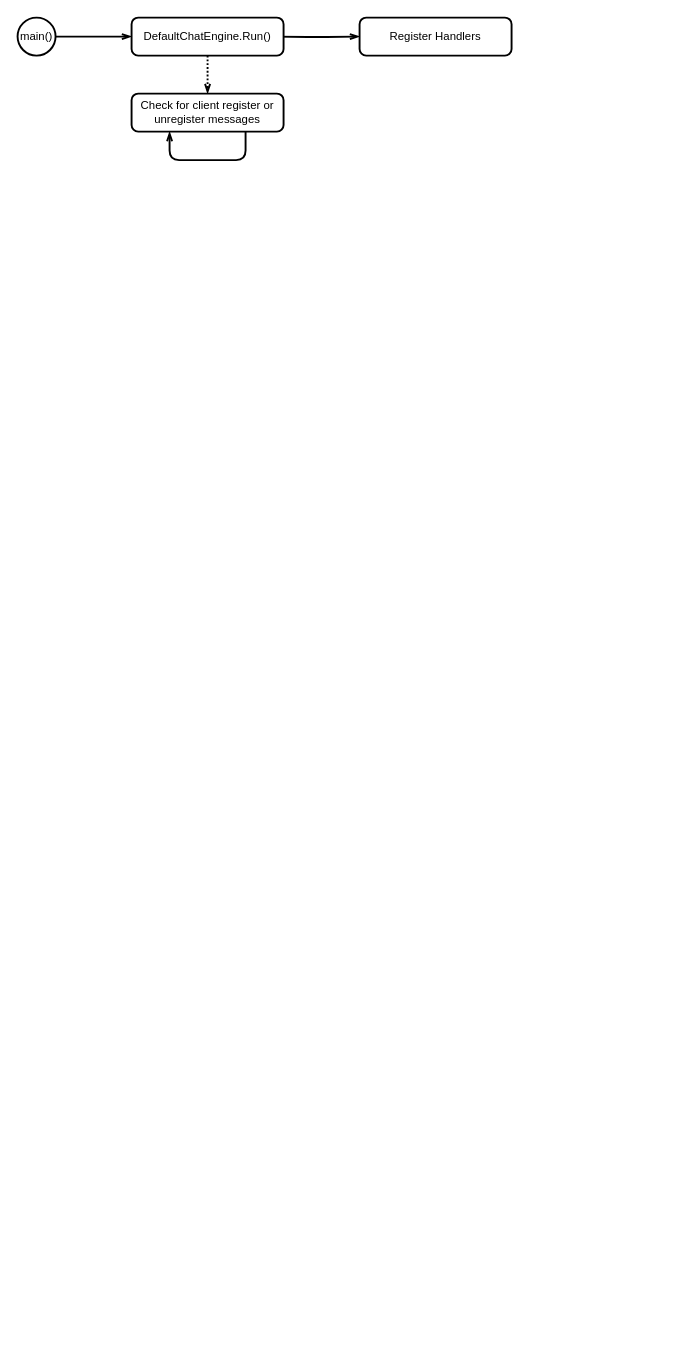
The draw.io diagram architecture.drawio in pes2324q2-gei-upc/ppf-chat-engine, before the edit. Source tidied: cells renumbered, new cells numbered last; positions are measured from the earlier drawing's top-left corner, leaving out a move shared by most shapes. Both pictures are drawn from the tidied source at 95%, with x=0, y=0 at pixel (17, 17).
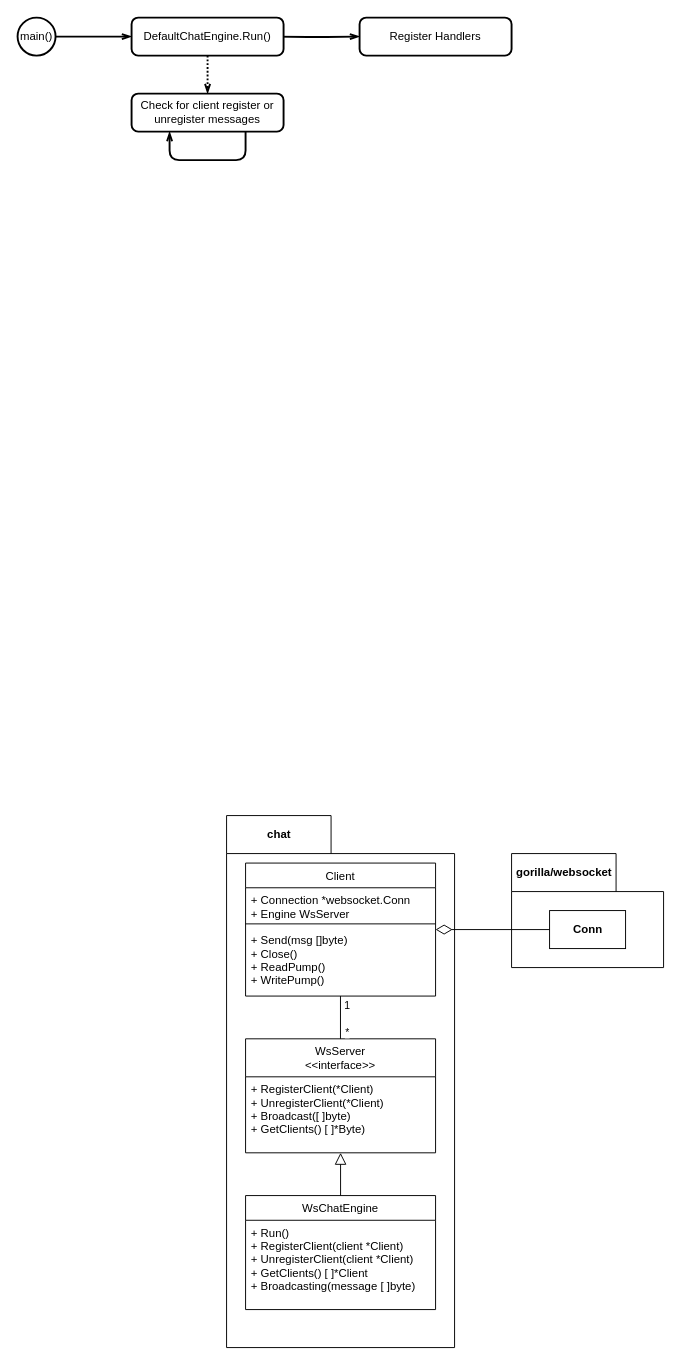
After the change.

Commit message (it also covers changes not shown here):
Added gorilla dependencies

The edit, as a diff of the source:
```diff
@@
+    <mxCell id="10" value="chat" style="shape=folder;fontStyle=1;tabWidth=110;tabHeight=40;tabPosition=left;html=1;boundedLbl=1;labelInHeader=1;" parent="1" vertex="1">
+      <mxGeometry x="220" y="840" width="240" height="560" as="geometry" />
+    </mxCell>
+    <mxCell id="11" value="Client" style="swimlane;fontStyle=0;horizontal=1;startSize=26;fillColor=none;" parent="10" vertex="1">
+      <mxGeometry x="20" y="50" width="200" height="140" as="geometry" />
+    </mxCell>
+    <mxCell id="12" value="+ Connection *websocket.Conn&#10;+ Engine WsServer" style="text;strokeColor=none;fillColor=none;align=left;verticalAlign=top;spacingLeft=4;spacingRight=4;overflow=hidden;" parent="11" vertex="1">
+      <mxGeometry y="26" width="200" height="34" as="geometry" />
+    </mxCell>
+    <mxCell id="13" style="line;strokeWidth=1;fillColor=none;align=left;verticalAlign=middle;spacingTop=-1;spacingLeft=3;spacingRight=3;labelPosition=right;strokeColor=inherit;" parent="11" vertex="1">
+      <mxGeometry y="60" width="200" height="8" as="geometry" />
+    </mxCell>
+    <mxCell id="14" value="+ Send(msg []byte)&#10;+ Close()&#10;+ ReadPump()&#10;+ WritePump()" style="text;strokeColor=none;fillColor=none;align=left;verticalAlign=top;spacingLeft=4;spacingRight=4;overflow=hidden;" parent="11" vertex="1">
+      <mxGeometry y="68" width="200" height="72" as="geometry" />
+    </mxCell>
+    <mxCell id="15" value="WsServer&#10;&lt;&lt;interface&gt;&gt;" style="swimlane;fontStyle=0;horizontal=1;startSize=40;fillColor=none;" parent="10" vertex="1">
+      <mxGeometry x="20" y="235" width="200" height="120" as="geometry" />
+    </mxCell>
+    <mxCell id="16" value="+ RegisterClient(*Client)&#10;+ UnregisterClient(*Client)&#10;+ Broadcast([ ]byte)&#10;+ GetClients() [ ]*Byte)" style="text;strokeColor=none;fillColor=none;align=left;verticalAlign=top;spacingLeft=4;spacingRight=4;overflow=hidden;" parent="15" vertex="1">
+      <mxGeometry y="40" width="200" height="80" as="geometry" />
+    </mxCell>
+    <mxCell id="17" style="edgeStyle=none;html=1;endArrow=block;endFill=0;startSize=6;endSize=10;" parent="10" edge="1" source="18" target="15">
+      <mxGeometry relative="1" as="geometry" />
+    </mxCell>
+    <mxCell id="18" value="WsChatEngine" style="swimlane;fontStyle=0;horizontal=1;startSize=26;fillColor=none;" parent="10" vertex="1">
+      <mxGeometry x="20" y="400" width="200" height="120" as="geometry" />
+    </mxCell>
+    <mxCell id="19" value="+ Run()&#10;+ RegisterClient(client *Client)&#10;+ UnregisterClient(client *Client)&#10;+ GetClients() [ ]*Client&#10;+ Broadcasting(message [ ]byte)" style="text;strokeColor=none;fillColor=none;align=left;verticalAlign=top;spacingLeft=4;spacingRight=4;overflow=hidden;" parent="18" vertex="1">
+      <mxGeometry y="26" width="200" height="94" as="geometry" />
+    </mxCell>
+    <mxCell id="20" style="edgeStyle=none;html=1;endArrow=none;endFill=0;" parent="10" edge="1">
+      <mxGeometry relative="1" as="geometry">
+        <mxPoint x="119.9" y="235" as="sourcePoint" />
+        <mxPoint x="119.9" y="190" as="targetPoint" />
+      </mxGeometry>
+    </mxCell>
+    <mxCell id="21" value="1" style="edgeLabel;html=1;align=center;verticalAlign=middle;" parent="20" vertex="1">
+      <mxGeometry x="0.75" y="1" relative="1" as="geometry">
+        <mxPoint x="8" y="3" as="offset" />
+      </mxGeometry>
+    </mxCell>
+    <mxCell id="22" value="*" style="edgeLabel;html=1;align=center;verticalAlign=middle;" parent="20" vertex="1">
+      <mxGeometry x="-0.72" relative="1" as="geometry">
+        <mxPoint x="7" y="-2" as="offset" />
+      </mxGeometry>
+    </mxCell>
+    <mxCell id="23" value="gorilla/websocket" style="shape=folder;fontStyle=1;tabWidth=110;tabHeight=40;tabPosition=left;html=1;boundedLbl=1;labelInHeader=1;" parent="1" vertex="1">
+      <mxGeometry x="520" y="880" width="160" height="120" as="geometry" />
+    </mxCell>
+    <mxCell id="24" value="&lt;b&gt;Conn&lt;/b&gt;" style="html=1;" parent="23" vertex="1">
+      <mxGeometry x="40" y="60" width="80" height="40" as="geometry" />
+    </mxCell>
+    <mxCell id="25" style="edgeStyle=none;html=1;endArrow=diamondThin;endFill=0;startSize=6;endSize=15;" parent="1" edge="1" source="24" target="11">
+      <mxGeometry relative="1" as="geometry" />
+    </mxCell>
```
